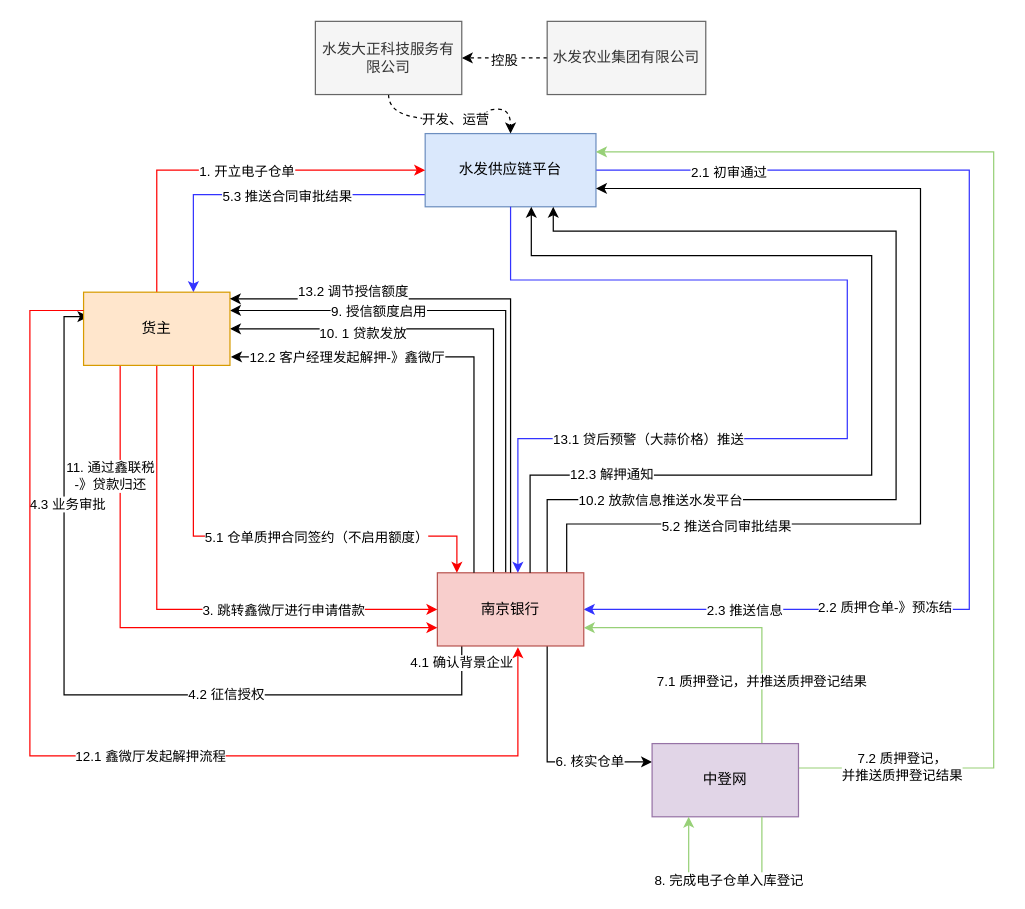
Before: 蒜e贷流程图.drawio in crawlerWPS/drawing, a draw.io diagram. Source tidied: cells renumbered, new cells numbered last; positions are measured from the earlier drawing's top-left corner, leaving out a move shared by most shapes. Both pictures are drawn from the tidied source at 122%, with x=0, y=0 at pixel (29, 21).
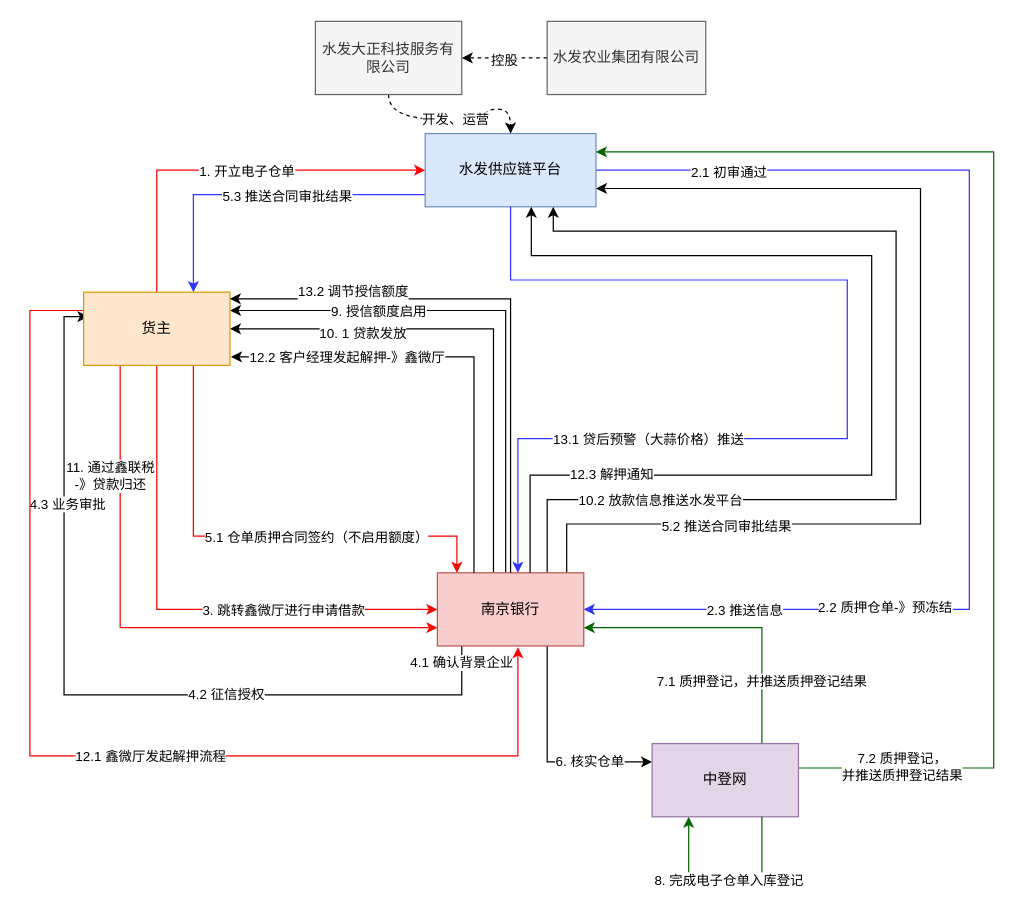
After the change.

Commit message:
更新蒜e贷流程图.drawio

The change refers to these unchanged cells:
```xml
<mxCell id="8" value="水发供应链平台" style="rounded=0;whiteSpace=wrap;html=1;fillColor=#dae8fc;strokeColor=#6c8ebf;" parent="1" vertex="1">
  <mxGeometry x="324" y="92" width="140" height="60" as="geometry" />
</mxCell>
<mxCell id="26" value="南京银行" style="whiteSpace=wrap;html=1;fillColor=#f8cecc;strokeColor=#b85450;" parent="1" vertex="1">
  <mxGeometry x="334" y="452" width="120" height="60" as="geometry" />
</mxCell>
<mxCell id="43" value="中登网" style="rounded=0;whiteSpace=wrap;html=1;fillColor=#e1d5e7;strokeColor=#9673a6;" parent="1" vertex="1">
  <mxGeometry x="510" y="592" width="120" height="60" as="geometry" />
</mxCell>
```

Change to the diagram source:
```diff
@@
-    <mxCell id="39" style="edgeStyle=orthogonalEdgeStyle;rounded=0;jettySize=auto;html=1;exitX=0.75;exitY=0;exitDx=0;exitDy=0;entryX=1;entryY=0.75;entryDx=0;entryDy=0;strokeColor=#97D077;" parent="1" edge="1" source="43" target="26">
+    <mxCell id="39" style="edgeStyle=orthogonalEdgeStyle;rounded=0;jettySize=auto;html=1;exitX=0.75;exitY=0;exitDx=0;exitDy=0;entryX=1;entryY=0.75;entryDx=0;entryDy=0;strokeColor=#006600;" parent="1" edge="1" source="43" target="26">
       <mxGeometry relative="1" as="geometry" />
     </mxCell>
@@
-    <mxCell id="41" style="edgeStyle=orthogonalEdgeStyle;rounded=0;jettySize=auto;html=1;entryX=1;entryY=0.25;entryDx=0;entryDy=0;strokeColor=#97D077;" parent="1" edge="1" source="43" target="8">
+    <mxCell id="41" style="edgeStyle=orthogonalEdgeStyle;rounded=0;jettySize=auto;html=1;entryX=1;entryY=0.25;entryDx=0;entryDy=0;strokeColor=#006600;" parent="1" edge="1" source="43" target="8">
       <mxGeometry relative="1" as="geometry">
         <Array as="points">
           <mxPoint x="790" y="612" />
           <mxPoint x="790" y="107" />
         </Array>
       </mxGeometry>
     </mxCell>
@@
-    <mxCell id="44" style="edgeStyle=orthogonalEdgeStyle;rounded=0;orthogonalLoop=1;jettySize=auto;html=1;exitX=0.75;exitY=1;exitDx=0;exitDy=0;strokeColor=#97D077;" parent="1" edge="1" source="43" target="43">
+    <mxCell id="44" style="edgeStyle=orthogonalEdgeStyle;rounded=0;orthogonalLoop=1;jettySize=auto;html=1;exitX=0.75;exitY=1;exitDx=0;exitDy=0;strokeColor=#006600;" parent="1" edge="1" source="43" target="43">
       <mxGeometry relative="1" as="geometry">
         <Array as="points">
           <mxPoint x="600" y="702" />
           <mxPoint x="540" y="702" />
         </Array>
       </mxGeometry>
     </mxCell>
```
